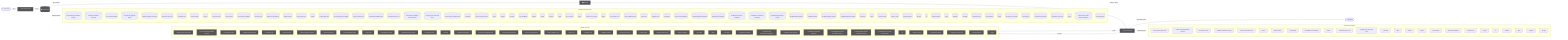
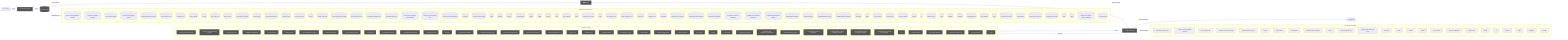
flowchart LR
  UserQ(["👤 User Query"])
  Embed["📐 Embedding Model"]
  VecDB[("📚 Vector Store")]
  Retriever["🔍 Retriever"]
  LLMNode["🧠 LLM / Generator"]
  Output(["✅ Response"])
  UserQ -->|query| Embed
  Embed -->|vector| VecDB
  VecDB -->|top-k chunks| Retriever
  Retriever -->|context + query| LLMNode
  LLMNode -->|generated answer| Output
  subgraph DetectedMemory["Detected memory stores"]
    det_detectedmemory_check_steering_feedback_contract_80134459[("check-steering-feedback-contract")]
    det_detectedmemory_normalize_workflow_contracts_8701f1c8[("normalize-workflow-contracts")]
    det_detectedmemory_sync_codex_preflight_7e7a8dc2[("sync-codex-preflight")]
    det_detectedmemory_test_harness_upgrade_matrix_84113c4e[("test-harness-upgrade-matrix")]
    det_detectedmemory_validate_workflow_contracts_33dc063c[("validate-workflow-contracts")]
    det_detectedmemory_branch_protect_core_a8feb0fd[("branch-protect-core")]
    det_detectedmemory_ci_migrate_core_7005b5af[("ci-migrate-core")]
    det_detectedmemory_context_health_80bb7da9[("context-health")]
    det_detectedmemory_context_ea7792a2[("context")]
    det_detectedmemory_docs_gate_core_eb9b6c18[("docs-gate-core")]
    det_detectedmemory_index_context_de3ed39d[("index-context")]
    det_detectedmemory_local_memory_preflight_dcc36c42[("local-memory-preflight")]
    det_detectedmemory_memory_gate_a577a506[("memory-gate")]
    det_detectedmemory_pattern_scope_siblings_43abe000[("pattern-scope-siblings")]
    det_detectedmemory_review_context_ca6cf81d[("review-context")]
    det_detectedmemory_review_gate_core_4c8001f9[("review-gate-core")]
    det_detectedmemory_search_24193290[("search")]
    det_detectedmemory_tooling_audit_core_328d6a41[("tooling-audit-core")]
    det_detectedmemory_run_local_memory_preflight_36e92808[("run-local-memory-preflight")]
    det_detectedmemory_branch_protect_sync_570adb18[("branch-protect-sync")]
    det_detectedmemory_command_capability_rules_ca3f496a[("command-capability-rules")]
    det_detectedmemory_command_specs_core_1c0ffc99[("command-specs-core")]
    det_detectedmemory_local_memory_preflight_command_spec_9e23f3ce[("local-memory-preflight-command-spec")]
    det_detectedmemory_memory_gate_command_spec_dc9001a9[("memory-gate-command-spec")]
    det_detectedmemory_review_gate_command_spec_3187376a[("review-gate-command-spec")]
    det_detectedmemory_constants_7517017f[("constants")]
    det_detectedmemory_context_compact_policy_3dcaf95d[("context-compact-policy")]
    det_detectedmemory_index_1bc04b52[("index")]
    det_detectedmemory_indexer_70fa78e5[("indexer")]
    det_detectedmemory_init_error_5c7dd49f[("init-error")]
    det_detectedmemory_lexical_fallback_723e2b3e[("lexical-fallback")]
    det_detectedmemory_ollama_76e3c7bf[("ollama")]
    det_detectedmemory_rollout_a4fa034c[("rollout")]
    det_detectedmemory_sources_878a52fc[("sources")]
    det_detectedmemory_store_824d80d7[("store")]
    det_detectedmemory_sync_contract_c79fa191[("sync-contract")]
    det_detectedmemory_types_4_822d0f88[("types")]
    det_detectedmemory_harness_run_context_ac7c77a9[("harness-run-context")]
    det_detectedmemory_index_1_faebc14e[("index")]
    det_detectedmemory_json_schema_core_96d7e328[("json-schema-core")]
    det_detectedmemory_policy_validators_core_714a3fe7[("policy-validators-core")]
    det_detectedmemory_types_core_e405ddca[("types-core")]
    det_detectedmemory_validator_core_4358f8ba[("validator-core")]
    det_detectedmemory_init_modes_c05ceb07[("init-modes")]
    det_detectedmemory_project_brain_templates_7ef51530[("project-brain-templates")]
    det_detectedmemory_scaffold_diagram_templates_dd88e83c[("scaffold-diagram-templates")]
    det_detectedmemory_scaffold_doc_templates_f6152330[("scaffold-doc-templates")]
    det_detectedmemory_scaffold_environment_templates_c1ceba6a[("scaffold-environment-templates")]
    det_detectedmemory_scaffold_root_command_templates_404fed7f[("scaffold-root-command-templates")]
    det_detectedmemory_scaffold_script_template_registry_69312d4e[("scaffold-script-template-registry")]
    det_detectedmemory_scaffold_shell_templates_0ad0f915[("scaffold-shell-templates")]
    det_detectedmemory_scaffold_surfaces_12d6494e[("scaffold-surfaces")]
    det_detectedmemory_scaffold_template_registry_b1cce2aa[("scaffold-template-registry")]
    det_detectedmemory_scaffold_workflow_template_92310587[("scaffold-workflow-template")]
    det_detectedmemory_eval_seed_5699fd3e[("eval-seed")]
    det_detectedmemory_index_6_fc9e91e2[("index")]
    det_detectedmemory_review_context_1_e3afed15[("review-context")]
    det_detectedmemory_memory_gate_1_265164ac[("memory-gate")]
    det_detectedmemory_branch_enforcer_acb749cd[("branch-enforcer")]
    det_detectedmemory_cli_args_5_09ea29f0[("cli-args")]
    det_detectedmemory_cli_4_4efe97c7[("cli")]
    det_detectedmemory_metrics_tracker_98cec29c[("metrics-tracker")]
    det_detectedmemory_types_13_d025517b[("types")]
    det_detectedmemory_validator_4_5180cf23[("validator")]
    det_detectedmemory_classifier_fe1991a9[("classifier")]
    det_detectedmemory_tooling_baseline_50ab2eeb[("tooling-baseline")]
    det_detectedmemory_claim_helpers_20dc8387[("claim-helpers")]
    det_detectedmemory_types_18_37582e2a[("types")]
    det_detectedmemory_local_memory_smoke_1175abfc[("local-memory-smoke")]
    det_detectedmemory_local_memory_0db17ecc[("local-memory")]
    det_detectedmemory_performance_overload_c685bfcf[("performance-overload")]
    det_detectedmemory_suggestion_generator_0956f794[("suggestion-generator")]
    det_detectedmemory_types_25_89d086aa[("types")]
+     det_detectedmemory_policy_1_fc4198db[("policy")]
    det_detectedmemory_runtime_card_codex_runtime_validation_d8ce9934[("runtime-card-codex-runtime-validation")]
    det_detectedmemory_overload_guard_2748c559[("overload-guard")]
  end
  VecDB -. "implemented by" .-> DetectedMemory
  subgraph DetectedLLM["Detected LLM clients"]
    det_detectedllm_check_codex_agent_roles_5bb2e89b["check-codex-agent-roles"]
    det_detectedllm_check_steering_feedback_contract_80134459["check-steering-feedback-contract"]
    det_detectedllm_run_harness_evals_77704768["run-harness-evals"]
    det_detectedllm_validate_reviewer_coverage_251efee3["validate-reviewer-coverage"]
    det_detectedllm_check_environment_core_2c16213f["check-environment-core"]
    det_detectedllm_context_ea7792a2["context"]
    det_detectedllm_index_context_de3ed39d["index-context"]
    det_detectedllm_prompt_gate_c5e9d207["prompt-gate"]
    det_detectedllm_remediate_runner_helpers_929fedcc["remediate-runner-helpers"]
    det_detectedllm_search_24193290["search"]
    det_detectedllm_command_specs_core_1c0ffc99["command-specs-core"]
    det_detectedllm_prompt_gate_command_spec_9a941482["prompt-gate-command-spec"]
    det_detectedllm_constants_7517017f["constants"]
    det_detectedllm_index_1bc04b52["index"]
    det_detectedllm_indexer_70fa78e5["indexer"]
    det_detectedllm_ollama_76e3c7bf["ollama"]
    det_detectedllm_sync_contract_c79fa191["sync-contract"]
    det_detectedllm_north_star_validators_cfc926ce["north-star-validators"]
    det_detectedllm_sensitive_text_7c11f760["sensitive-text"]
    det_detectedllm_cli_args_9_9c136878["cli-args"]
    det_detectedllm_cli_8_e3a6ce03["cli"]
    det_detectedllm_sections_4697ef32["sections"]
    det_detectedllm_types_21_5756f9dc["types"]
    det_detectedllm_validator_6_3688adbf["validator"]
    det_detectedllm_cli_args_10_861cdd3f["cli-args"]
  end
  LLMNode -. "implemented by" .-> DetectedLLM
  subgraph DetectedTools["Agentic tool calls"]
    det_detectedtools_check_codex_agent_roles_5bb2e89b["🔧 check-codex-agent-roles"]
    det_detectedtools_check_steering_feedback_contract_80134459["🔧 check-steering-feedback-contract"]
    det_detectedtools_run_harness_evals_77704768["🔧 run-harness-evals"]
    det_detectedtools_validate_packaged_skill_5e32c890["🔧 validate-packaged-skill"]
    det_detectedtools_ci_migrate_core_7005b5af["🔧 ci-migrate-core"]
    det_detectedtools_doctor_checks_5a2eb2b9["🔧 doctor-checks"]
    det_detectedtools_doctor_github_tool_checks_a53b0382["🔧 doctor-github-tool-checks"]
    det_detectedtools_doctor_tool_checks_4acac51a["🔧 doctor-tool-checks"]
    det_detectedtools_next_blocked_decisions_4140ad2b["🔧 next-blocked-decisions"]
    det_detectedtools_policy_gate_213f7313["🔧 policy-gate"]
    det_detectedtools_remediate_cli_output_cc165396["🔧 remediate-cli-output"]
    det_detectedtools_remediate_runner_helpers_929fedcc["🔧 remediate-runner-helpers"]
    det_detectedtools_review_gate_core_4c8001f9["🔧 review-gate-core"]
    det_detectedtools_cli_args_1_6144b055["🔧 cli-args"]
    det_detectedtools_command_capabilities_a4d5c71e["🔧 command-capabilities"]
    det_detectedtools_command_capability_rules_ca3f496a["🔧 command-capability-rules"]
    det_detectedtools_linear_command_actions_e430f4f4["🔧 linear-command-actions"]
    det_detectedtools_linear_command_runner_4a740dfc["🔧 linear-command-runner"]
    det_detectedtools_policy_validators_core_714a3fe7["🔧 policy-validators-core"]
    det_detectedtools_types_core_e405ddca["🔧 types-core"]
    det_detectedtools_validator_core_4358f8ba["🔧 validator-core"]
    det_detectedtools_validator_helpers_7b927667["🔧 validator-helpers"]
    det_detectedtools_he_phase_exit_core_1148895b["🔧 he-phase-exit-core"]
    det_detectedtools_ralph_runtime_73d63c0e["🔧 ralph-runtime"]
    det_detectedtools_observed_skill_usage_ed7d5930["🔧 observed-skill-usage"]
    det_detectedtools_closure_evidence_aaa31467["🔧 closure-evidence"]
    det_detectedtools_pr_creator_dc6b1ea4["🔧 pr-creator"]
    det_detectedtools_client_948fe603["🔧 client"]
    det_detectedtools_init_output_360dce91["🔧 init-output"]
    det_detectedtools_scaffold_ci_templates_2afd6392["🔧 scaffold-ci-templates"]
    det_detectedtools_scaffold_codex_environment_templates_334fbbed["🔧 scaffold-codex-environment-templates"]
    det_detectedtools_scaffold_config_templates_4b80ce53["🔧 scaffold-config-templates"]
    det_detectedtools_scaffold_environment_templates_c1ceba6a["🔧 scaffold-environment-templates"]
    det_detectedtools_scaffold_github_actions_pr_pipeline_renderer_1ee18de5["🔧 scaffold-github-actions-pr-pipeline-renderer"]
    det_detectedtools_scaffold_github_actions_pr_pipeline_template_e2b85f62["🔧 scaffold-github-actions-pr-pipeline-template"]
    det_detectedtools_scaffold_release_private_npm_template_075499f8["🔧 scaffold-release-private-npm-template"]
    det_detectedtools_cli_4_4efe97c7["🔧 cli"]
    det_detectedtools_metrics_tracker_98cec29c["🔧 metrics-tracker"]
    det_detectedtools_normalise_renderer_85f2e563["🔧 normalise-renderer"]
    det_detectedtools_evaluation_engine_core_e054fe49["🔧 evaluation-engine-core"]
    det_detectedtools_tooling_baseline_50ab2eeb["🔧 tooling-baseline"]
-     det_detectedtools_types_28_4476fcc6["🔧 types"]
+     det_detectedtools_types_29_929d5a70["🔧 types"]
  end
  LLMNode -->|tool use| DetectedTools
  DetectedTools -->|result| LLMNode
  classDef memNode fill:#555,color:#fff
  class VecDB,Retriever memNode
  classDef llmNode fill:#555,color:#fff
  class LLMNode,Embed llmNode
  classDef toolNode fill:#555,color:#fff
-   class det_detectedtools_check_codex_agent_roles_5bb2e89b,det_detectedtools_check_steering_feedback_contract_80134459,det_detectedtools_run_harness_evals_77704768,det_detectedtools_validate_packaged_skill_5e32c890,det_detectedtools_ci_migrate_core_7005b5af,det_detectedtools_doctor_checks_5a2eb2b9,det_detectedtools_doctor_github_tool_checks_a53b0382,det_detectedtools_doctor_tool_checks_4acac51a,det_detectedtools_next_blocked_decisions_4140ad2b,det_detectedtools_policy_gate_213f7313,det_detectedtools_remediate_cli_output_cc165396,det_detectedtools_remediate_runner_helpers_929fedcc,det_detectedtools_review_gate_core_4c8001f9,det_detectedtools_cli_args_1_6144b055,det_detectedtools_command_capabilities_a4d5c71e,det_detectedtools_command_capability_rules_ca3f496a,det_detectedtools_linear_command_actions_e430f4f4,det_detectedtools_linear_command_runner_4a740dfc,det_detectedtools_policy_validators_core_714a3fe7,det_detectedtools_types_core_e405ddca,det_detectedtools_validator_core_4358f8ba,det_detectedtools_validator_helpers_7b927667,det_detectedtools_he_phase_exit_core_1148895b,det_detectedtools_ralph_runtime_73d63c0e,det_detectedtools_observed_skill_usage_ed7d5930,det_detectedtools_closure_evidence_aaa31467,det_detectedtools_pr_creator_dc6b1ea4,det_detectedtools_client_948fe603,det_detectedtools_init_output_360dce91,det_detectedtools_scaffold_ci_templates_2afd6392,det_detectedtools_scaffold_codex_environment_templates_334fbbed,det_detectedtools_scaffold_config_templates_4b80ce53,det_detectedtools_scaffold_environment_templates_c1ceba6a,det_detectedtools_scaffold_github_actions_pr_pipeline_renderer_1ee18de5,det_detectedtools_scaffold_github_actions_pr_pipeline_template_e2b85f62,det_detectedtools_scaffold_release_private_npm_template_075499f8,det_detectedtools_cli_4_4efe97c7,det_detectedtools_metrics_tracker_98cec29c,det_detectedtools_normalise_renderer_85f2e563,det_detectedtools_evaluation_engine_core_e054fe49,det_detectedtools_tooling_baseline_50ab2eeb,det_detectedtools_types_28_4476fcc6 toolNode
+   class det_detectedtools_check_codex_agent_roles_5bb2e89b,det_detectedtools_check_steering_feedback_contract_80134459,det_detectedtools_run_harness_evals_77704768,det_detectedtools_validate_packaged_skill_5e32c890,det_detectedtools_ci_migrate_core_7005b5af,det_detectedtools_doctor_checks_5a2eb2b9,det_detectedtools_doctor_github_tool_checks_a53b0382,det_detectedtools_doctor_tool_checks_4acac51a,det_detectedtools_next_blocked_decisions_4140ad2b,det_detectedtools_policy_gate_213f7313,det_detectedtools_remediate_cli_output_cc165396,det_detectedtools_remediate_runner_helpers_929fedcc,det_detectedtools_review_gate_core_4c8001f9,det_detectedtools_cli_args_1_6144b055,det_detectedtools_command_capabilities_a4d5c71e,det_detectedtools_command_capability_rules_ca3f496a,det_detectedtools_linear_command_actions_e430f4f4,det_detectedtools_linear_command_runner_4a740dfc,det_detectedtools_policy_validators_core_714a3fe7,det_detectedtools_types_core_e405ddca,det_detectedtools_validator_core_4358f8ba,det_detectedtools_validator_helpers_7b927667,det_detectedtools_he_phase_exit_core_1148895b,det_detectedtools_ralph_runtime_73d63c0e,det_detectedtools_observed_skill_usage_ed7d5930,det_detectedtools_closure_evidence_aaa31467,det_detectedtools_pr_creator_dc6b1ea4,det_detectedtools_client_948fe603,det_detectedtools_init_output_360dce91,det_detectedtools_scaffold_ci_templates_2afd6392,det_detectedtools_scaffold_codex_environment_templates_334fbbed,det_detectedtools_scaffold_config_templates_4b80ce53,det_detectedtools_scaffold_environment_templates_c1ceba6a,det_detectedtools_scaffold_github_actions_pr_pipeline_renderer_1ee18de5,det_detectedtools_scaffold_github_actions_pr_pipeline_template_e2b85f62,det_detectedtools_scaffold_release_private_npm_template_075499f8,det_detectedtools_cli_4_4efe97c7,det_detectedtools_metrics_tracker_98cec29c,det_detectedtools_normalise_renderer_85f2e563,det_detectedtools_evaluation_engine_core_e054fe49,det_detectedtools_tooling_baseline_50ab2eeb,det_detectedtools_types_29_929d5a70 toolNode
